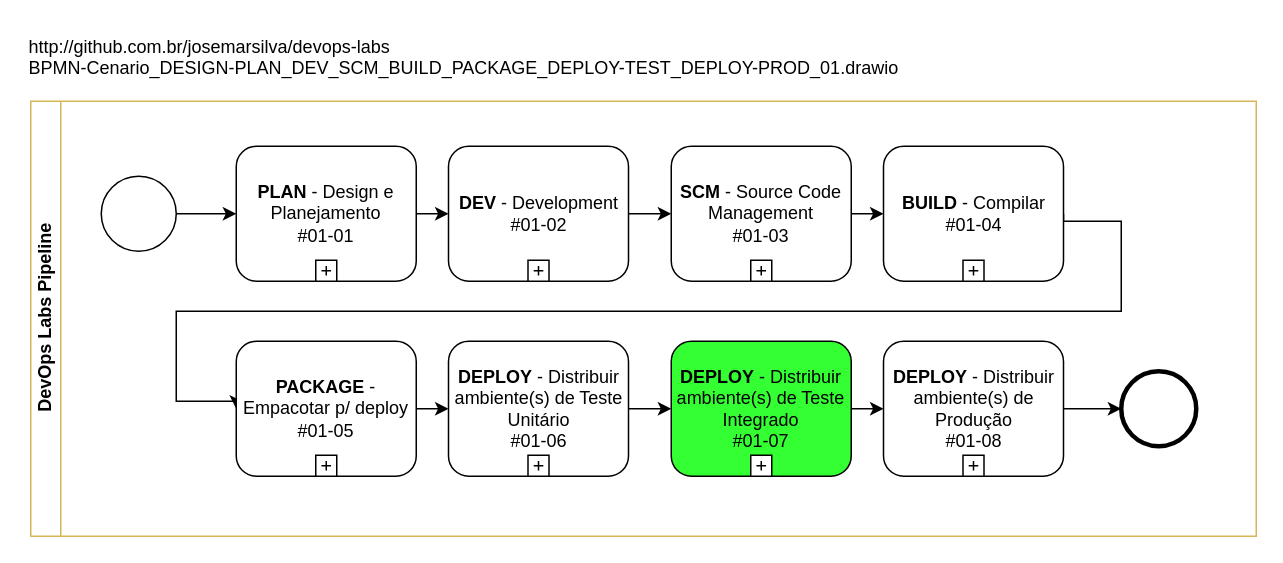
Earlier version of the draw.io diagram doc/bpmn-diagrams/BPMN-Cenario_01_DESIGN-PLAN_DEV_SCM_BUILD_PACKAGE_DEPLOY-TEST_DEPLOY-PROD.drawio (josemarsilva/devops-labs). Source tidied: cells renumbered, new cells numbered last; positions are measured from the earlier drawing's top-left corner, leaving out a move shared by most shapes. Both pictures are drawn from the tidied source at 150%, with x=0, y=0 at pixel (26, 26).
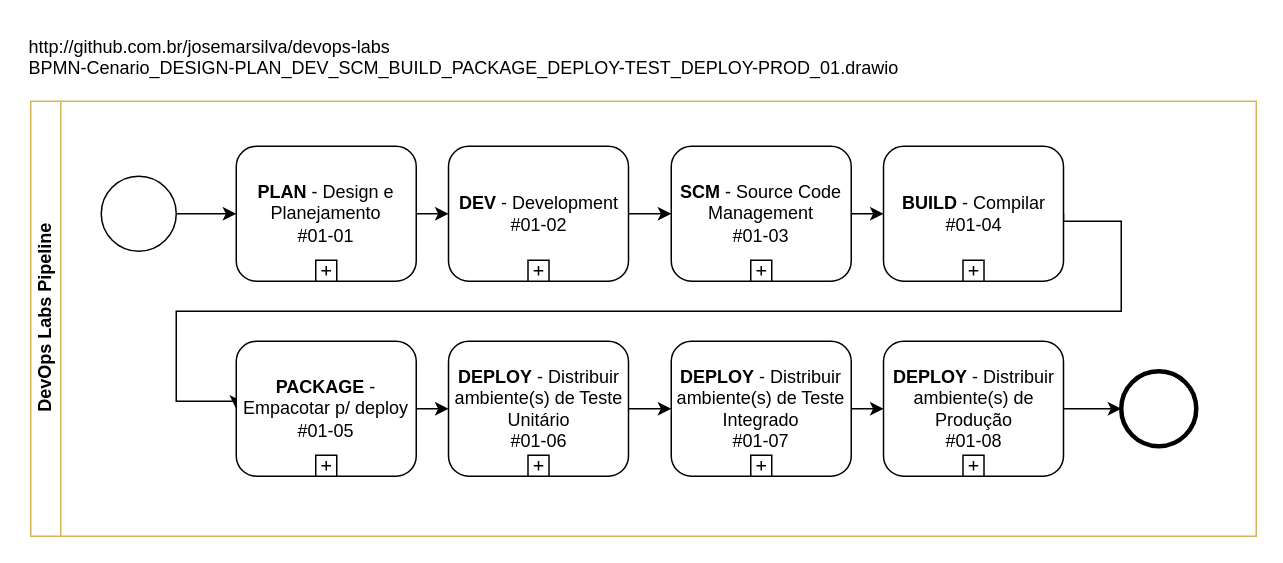
Above is the later version.

The change refers to these unchanged cells:
```xml
<mxCell id="2" value="DevOps Labs Pipeline" style="swimlane;html=1;horizontal=0;startSize=20;fillColor=none;strokeColor=#d6b656;" parent="1" vertex="1">
  <mxGeometry x="3" y="50" width="817" height="290" as="geometry" />
</mxCell>
```

What changed in the source:
```diff
@@
-    <mxCell id="22" value="&lt;b&gt;DEPLOY&lt;/b&gt;&amp;nbsp;- Distribuir ambiente(s) de Teste Integrado&lt;br&gt;#01-07" style="html=1;whiteSpace=wrap;rounded=1;fillColor=#33FF33;" parent="2" vertex="1">
+    <mxCell id="22" value="&lt;b&gt;DEPLOY&lt;/b&gt;&amp;nbsp;- Distribuir ambiente(s) de Teste Integrado&lt;br&gt;#01-07" style="html=1;whiteSpace=wrap;rounded=1;fillColor=none;" parent="2" vertex="1">
       <mxGeometry x="427" y="160" width="120" height="90" as="geometry" />
     </mxCell>
```
